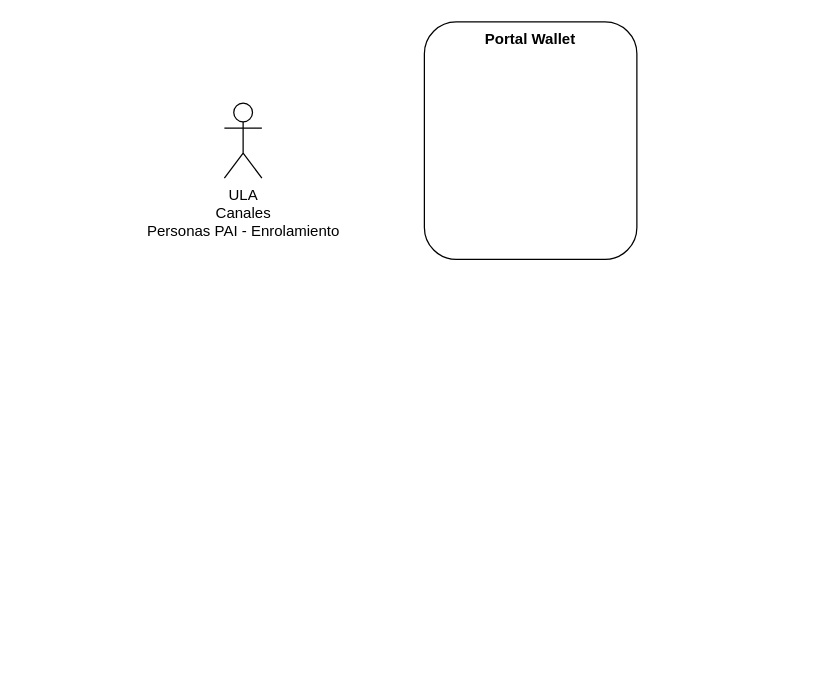
Before: IAM - Wallet.drawio in carlosvalderrama1204/diagrams, a draw.io diagram. Source tidied: cells renumbered, new cells numbered last; positions are measured from the earlier drawing's top-left corner, leaving out a move shared by most shapes. Both pictures are drawn from the tidied source at 125%, with x=0, y=0 at pixel (224, 21).
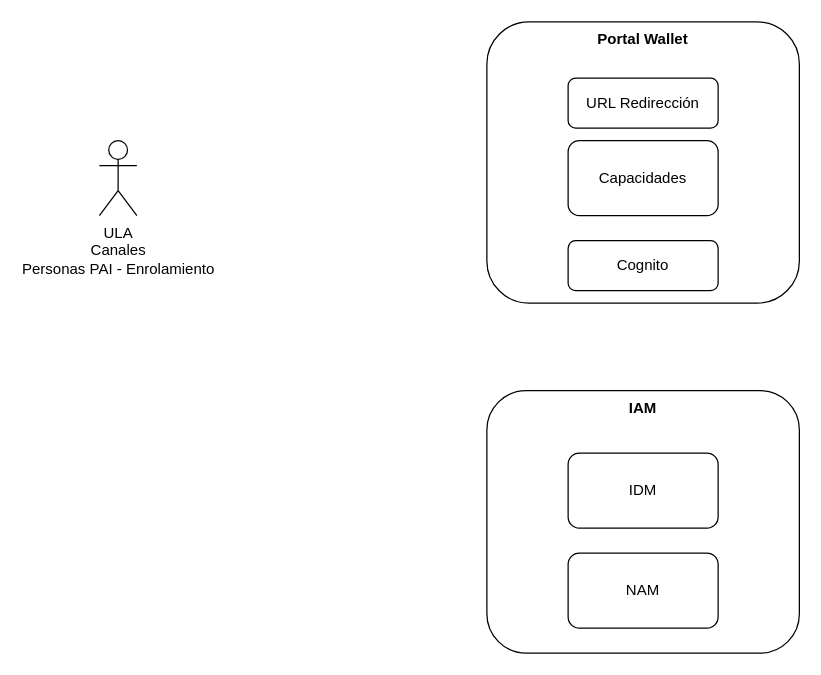
The same diagram, later.

The edit, as a diff of the source:
```diff
@@
 <mxGraphModel>
   <root>
     <mxCell id="0" />
     <mxCell id="1" parent="0" />
     <mxCell id="2" value="Portal Wallet" style="rounded=1;whiteSpace=wrap;html=1;verticalAlign=top;fontStyle=1;" parent="1" vertex="1">
-      <mxGeometry x="160" width="170" height="190" as="geometry" />
+      <mxGeometry x="210" width="250" height="225" as="geometry" />
     </mxCell>
     <mxCell id="3" value="ULA&lt;br&gt;Canales&lt;div&gt;Personas PAI - Enrolamiento&lt;/div&gt;" style="shape=umlActor;verticalLabelPosition=bottom;verticalAlign=top;html=1;" parent="1" vertex="1">
-      <mxGeometry y="65" width="30" height="60" as="geometry" />
+      <mxGeometry x="-100" y="95" width="30" height="60" as="geometry" />
     </mxCell>
+    <mxCell id="4" value="IAM" style="rounded=1;whiteSpace=wrap;html=1;verticalAlign=top;fontStyle=1;" parent="1" vertex="1">
+      <mxGeometry x="210" y="295" width="250" height="210" as="geometry" />
+    </mxCell>
+    <mxCell id="5" value="IDM" style="rounded=1;whiteSpace=wrap;html=1;" parent="1" vertex="1">
+      <mxGeometry x="275" y="345" width="120" height="60" as="geometry" />
+    </mxCell>
+    <mxCell id="6" value="NAM" style="rounded=1;whiteSpace=wrap;html=1;" parent="1" vertex="1">
+      <mxGeometry x="275" y="425" width="120" height="60" as="geometry" />
+    </mxCell>
+    <mxCell id="7" value="Capacidades" style="rounded=1;whiteSpace=wrap;html=1;" parent="1" vertex="1">
+      <mxGeometry x="275" y="95" width="120" height="60" as="geometry" />
+    </mxCell>
+    <mxCell id="8" value="URL Redirección" style="rounded=1;whiteSpace=wrap;html=1;" parent="1" vertex="1">
+      <mxGeometry x="275" y="45" width="120" height="40" as="geometry" />
+    </mxCell>
+    <mxCell id="9" value="Cognito" style="rounded=1;whiteSpace=wrap;html=1;" parent="1" vertex="1">
+      <mxGeometry x="275" y="175" width="120" height="40" as="geometry" />
+    </mxCell>
   </root>
 </mxGraphModel>
```
